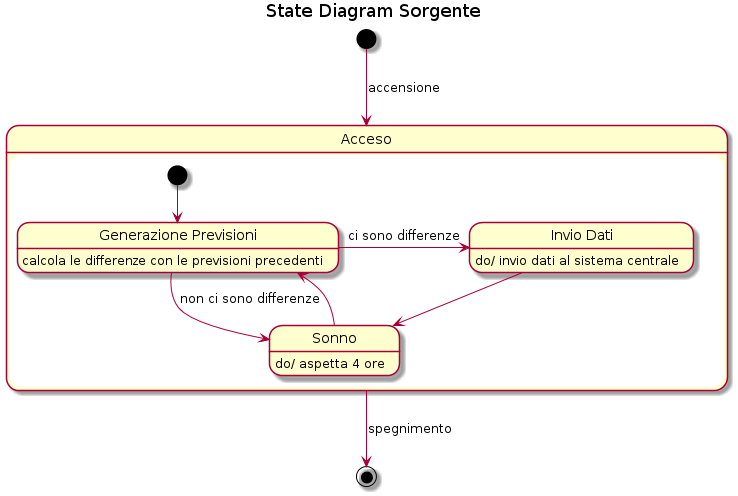
Earlier version of the PlantUML export build/diagrams/state/sorgente.png (xFA25E/sweng_14_2019).
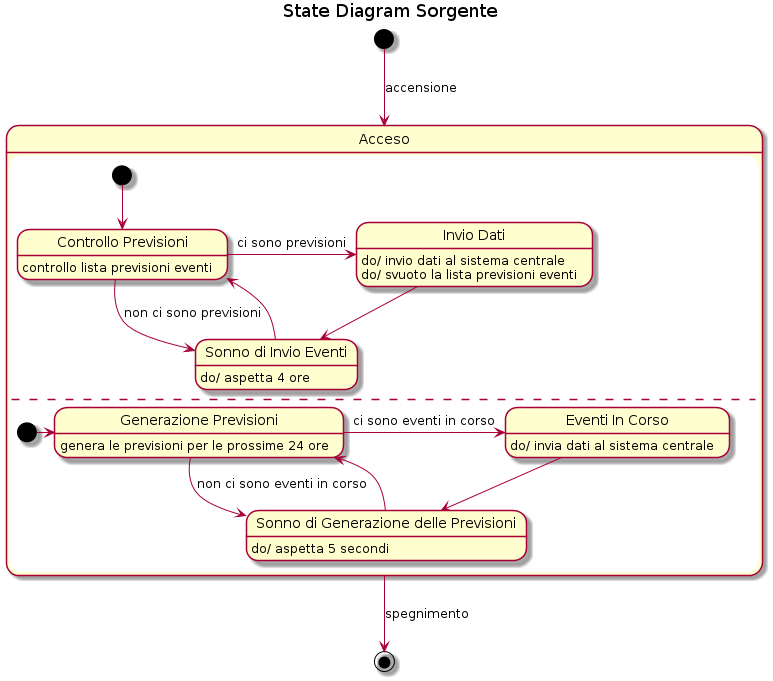
Above is the later version.

The edit, as a diff of the source:
```diff
@@ -4,20 +4,40 @@
 [*] --> Acceso: accensione
 
 state Acceso {
-    [*] --> GenPrev
-    state "Generazione Previsioni" as GenPrev
-    GenPrev: calcola le differenze con le previsioni precedenti
+    state "Controllo Previsioni" as ControlloPrevisioni
+    state "Invio Dati" as InvioDati
+    state "Sonno di Invio Eventi" as SonnoEventi
 
-    GenPrev --> Sonno: non ci sono differenze
-    Sonno: do/ aspetta 4 ore
+    [*] --> ControlloPrevisioni
 
-    GenPrev -right-> InvDat: ci sono differenze
-    state "Invio Dati" as InvDat
-    InvDat: do/ invio dati al sistema centrale
+    ControlloPrevisioni: controllo lista previsioni eventi
+    ControlloPrevisioni -right-> InvioDati: ci sono previsioni
+    ControlloPrevisioni --> SonnoEventi: non ci sono previsioni
 
-    InvDat --> Sonno
+    InvioDati: do/ invio dati al sistema centrale
+    InvioDati: do/ svuoto la lista previsioni eventi
+    InvioDati --> SonnoEventi
 
-    Sonno --> GenPrev
+    SonnoEventi: do/ aspetta 4 ore
+    SonnoEventi --> ControlloPrevisioni
+
+    --
+
+    state "Generazione Previsioni" as GenerazionePrevisioni
+    state "Eventi In Corso" as EventiInCorso
+    state "Sonno di Generazione delle Previsioni" as SonnoGenerazione
+
+    [*] -right-> GenerazionePrevisioni
+
+    GenerazionePrevisioni: genera le previsioni per le prossime 24 ore
+    GenerazionePrevisioni -right-> EventiInCorso: ci sono eventi in corso
+    GenerazionePrevisioni --> SonnoGenerazione: non ci sono eventi in corso
+
+    EventiInCorso: do/ invia dati al sistema centrale
+    EventiInCorso --> SonnoGenerazione
+
+    SonnoGenerazione: do/ aspetta 5 secondi
+    SonnoGenerazione -> GenerazionePrevisioni
 }
 
 Acceso --> [*]: spegnimento
```
